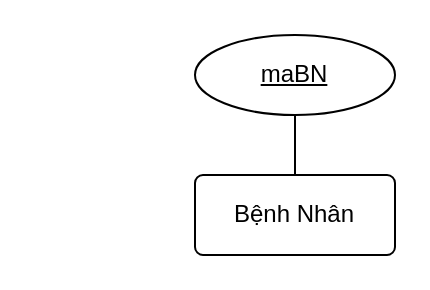
Above: e.drawio in nglhongphuong/CongNghePhanMen (draw.io), before the change. Source tidied: cells renumbered, new cells numbered last; positions are measured from the earlier drawing's top-left corner, leaving out a move shared by most shapes. Both pictures are drawn from the tidied source at 200%, with x=0, y=0 at pixel (194, 34).
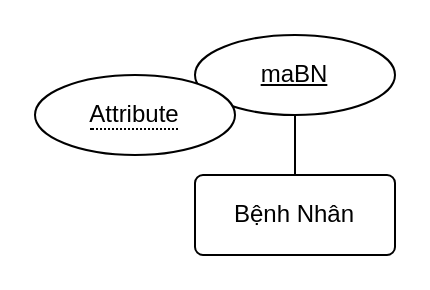
After the change.

What changed in the source:
```diff
@@
 <mxGraphModel>
   <root>
     <mxCell id="0" />
     <mxCell id="1" parent="0" />
     <mxCell id="2" value="Bệnh Nhân" style="rounded=1;arcSize=10;whiteSpace=wrap;html=1;align=center;" parent="1" vertex="1">
       <mxGeometry y="70" width="100" height="40" as="geometry" />
     </mxCell>
     <mxCell id="3" value="maBN" style="ellipse;whiteSpace=wrap;html=1;align=center;fontStyle=4;" parent="1" vertex="1">
       <mxGeometry width="100" height="40" as="geometry" />
     </mxCell>
     <mxCell id="4" style="endArrow=none;html=1;rounded=0;exitX=0.5;exitY=0;exitDx=0;exitDy=0;" parent="1" edge="1" source="2">
       <mxGeometry relative="1" as="geometry">
         <mxPoint x="50" y="40" as="targetPoint" />
       </mxGeometry>
     </mxCell>
+    <mxCell id="5" value="&lt;span style=&quot;border-bottom: 1px dotted&quot;&gt;Attribute&lt;/span&gt;" style="ellipse;whiteSpace=wrap;html=1;align=center;" parent="1" vertex="1">
+      <mxGeometry x="-80" y="20" width="100" height="40" as="geometry" />
+    </mxCell>
   </root>
 </mxGraphModel>
```
